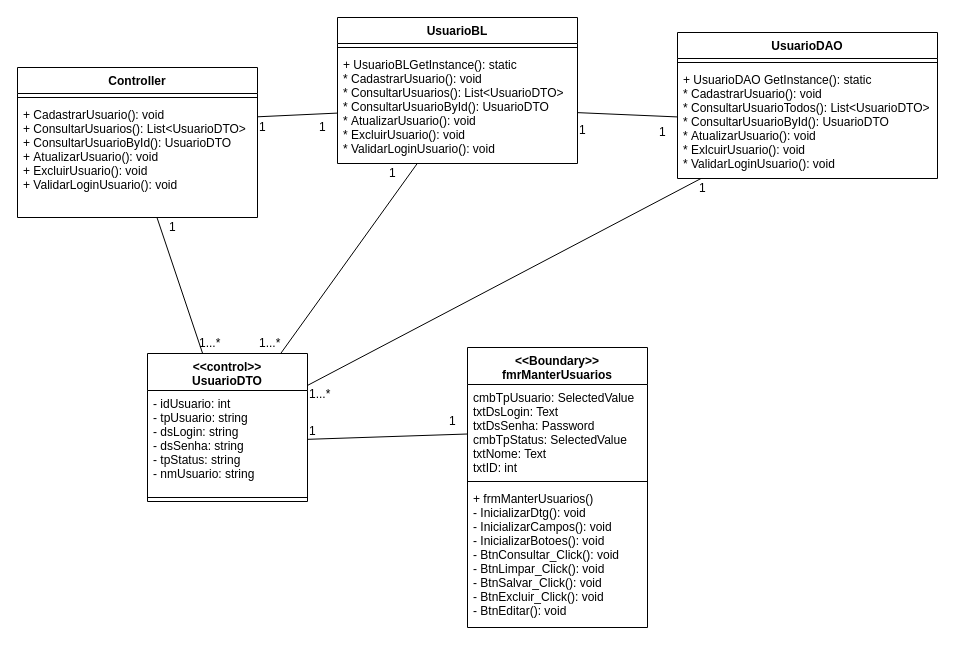
Earlier version of the draw.io diagram Documentação/Diagramas/Diagrama de Classes/ManterUsuarios.drawio (System4Developers/pimADS4). Source tidied: cells renumbered, new cells numbered last; positions are measured from the earlier drawing's top-left corner, leaving out a move shared by most shapes. Both pictures are drawn from the tidied source at 100%, with x=0, y=0 at pixel (17, 17).
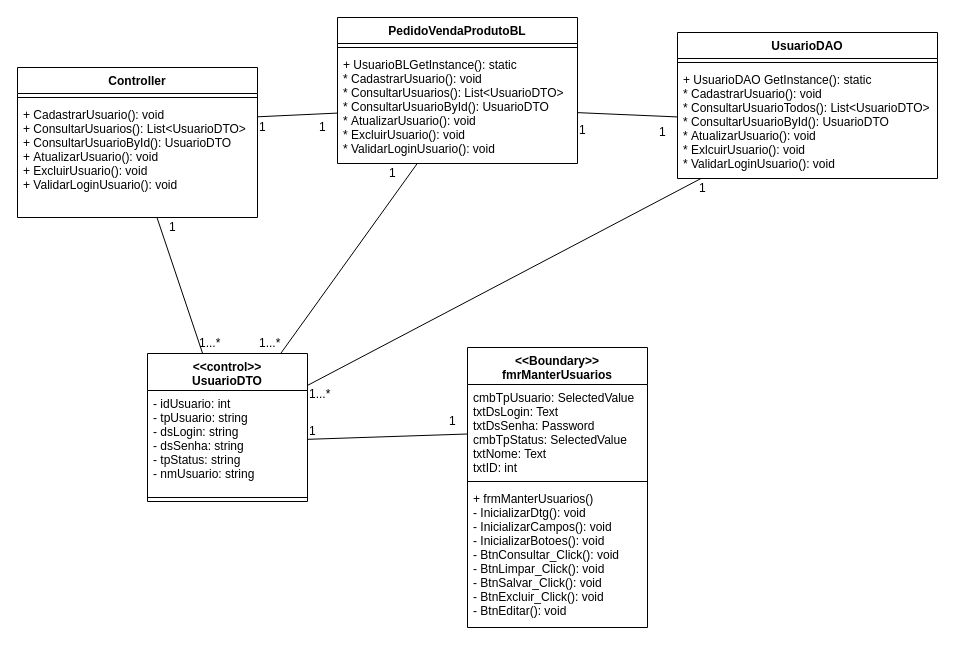
After the change.

Commit message (it also covers changes not shown here):
Diagramas ATT PedidoVenda Classe

Diff of the diagram source:
```diff
@@
-    <mxCell id="12" value="UsuarioBL" style="swimlane;fontStyle=1;align=center;verticalAlign=top;horizontal=1;startSize=26;" parent="1" vertex="1">
+    <mxCell id="12" value="PedidoVendaProdutoBL" style="swimlane;fontStyle=1;align=center;verticalAlign=top;horizontal=1;startSize=26;" parent="1" vertex="1">
       <mxGeometry x="320" width="240" height="146" as="geometry" />
     </mxCell>
```
